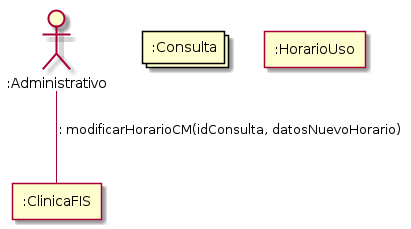
Above: p4/Diagramas/modificarHorarioCM.png in jmml97/fis-practicas (PlantUML), before the change. Its diagram source:
```plantuml
@startuml
actor ":Administrativo" as Admin
agent ":ClinicaFIS" as Clinica
collections ":Consulta" as Consulta
agent ":HorarioUso" as Horario

Admin -- Clinica: : modificarHorarioCM(idConsulta, datosNuevoHorario)\n







@enduml
```
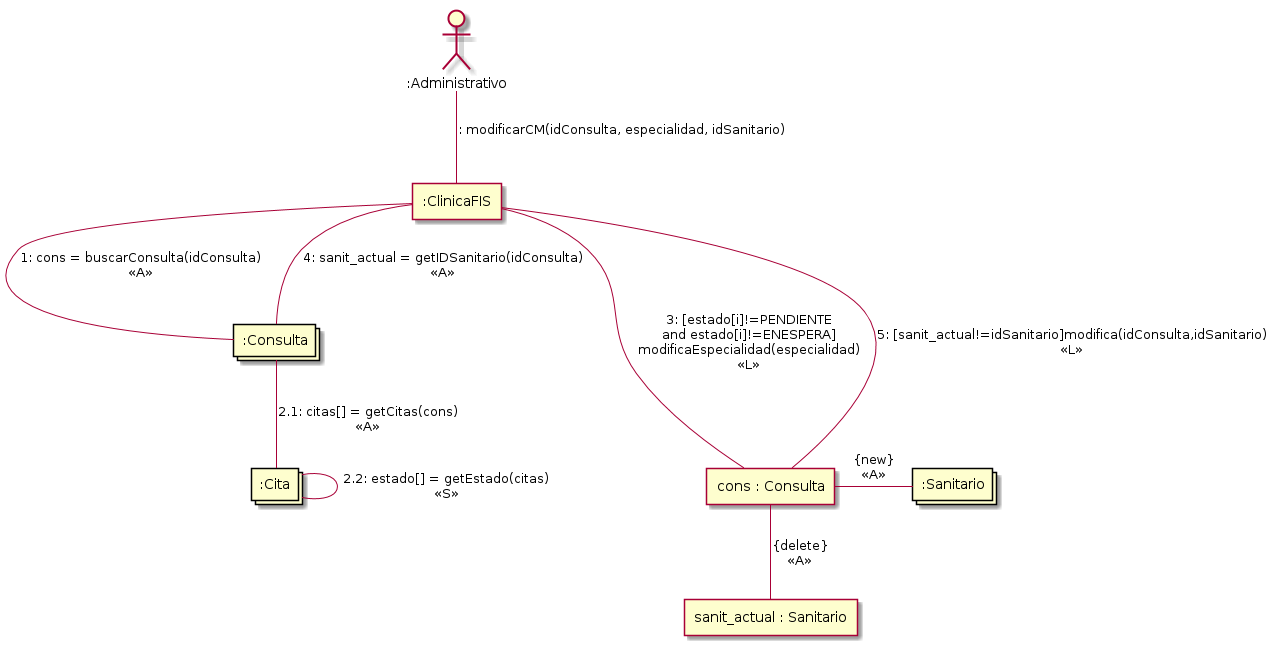
The same file after the commit.

Diff of the diagram source:
```diff
@@ -2,14 +2,29 @@
 actor ":Administrativo" as Admin
 agent ":ClinicaFIS" as Clinica
 collections ":Consulta" as Consulta
-agent ":HorarioUso" as Horario
+collections ":Sanitario" as Sanitario
+collections ":Consulta" as Consulta
+collections ":Cita" as Cita
+agent "cons : Consulta" as cons
+agent "sanit_actual : Sanitario" as sanit_actual
 
-Admin -- Clinica: : modificarHorarioCM(idConsulta, datosNuevoHorario)\n
+Admin -- Clinica: : modificarCM(idConsulta, especialidad, idSanitario)\n
 
+Clinica - Consulta: 1: cons = buscarConsulta(idConsulta)\n<<A>>
 
+Consulta -- Cita: 2.1: citas[] = getCitas(cons)\n<<A>>
 
+Cita - Cita: 2.2: estado[] = getEstado(citas)\n<<S>>
 
+Clinica --- cons: 3: [estado[i]!=PENDIENTE\nand estado[i]!=ENESPERA]\nmodificaEspecialidad(especialidad)\n<<L>>
 
+Clinica -- Consulta: 4: sanit_actual = getIDSanitario(idConsulta)\n<<A>>
+
+Clinica --- cons: 5: [sanit_actual!=idSanitario]modifica(idConsulta,idSanitario)\n<<L>>
+
+cons -- sanit_actual: {delete}\n<<A>>
+
+cons - Sanitario: {new}\n<<A>>
 
 
 @enduml
```
